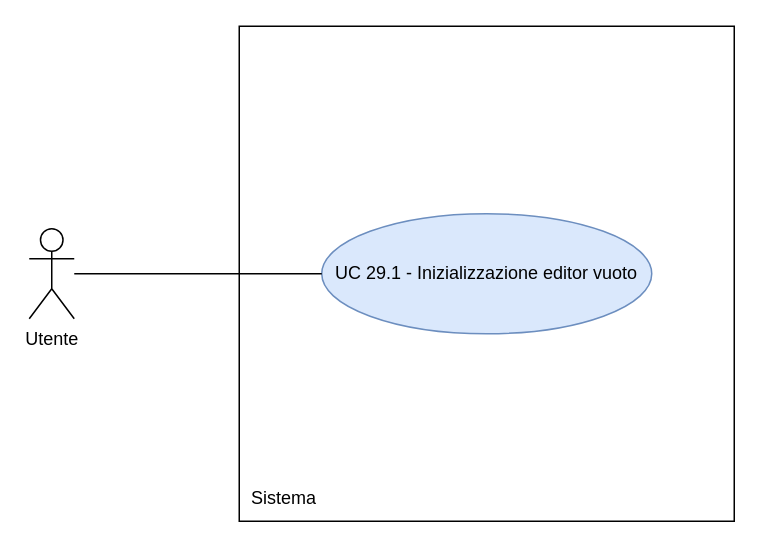
Before: RTB/doc_esterna/analisi-dei-requisiti/assets/draw.io/UC29.1.drawio in thebitless-group-swe/thebitless.github.io, a draw.io diagram. Source tidied: cells renumbered, new cells numbered last; positions are measured from the earlier drawing's top-left corner, leaving out a move shared by most shapes. Both pictures are drawn from the tidied source at 150%, with x=0, y=0 at pixel (28, 26).
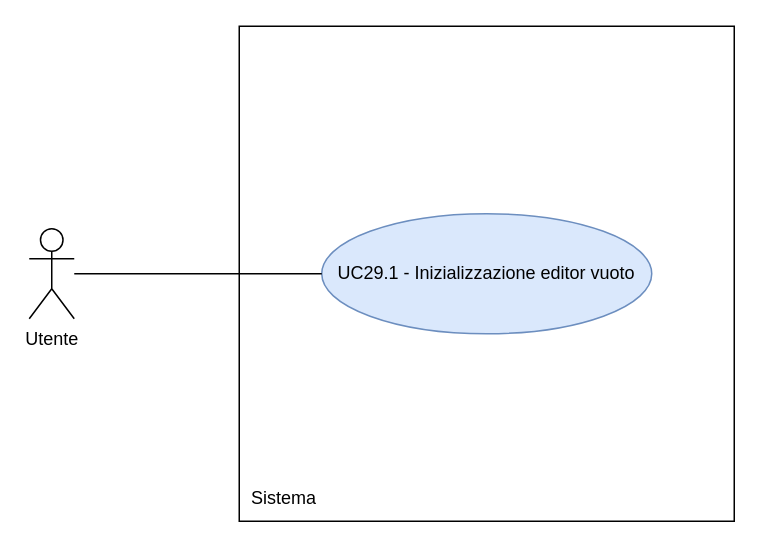
The same diagram, later.

The edit, as a diff of the source:
```diff
@@
 <mxGraphModel>
   <root>
     <mxCell id="0" />
     <mxCell id="1" parent="0" />
     <mxCell id="2" value="Utente" style="shape=umlActor;verticalLabelPosition=bottom;verticalAlign=top;html=1;outlineConnect=0;" parent="1" vertex="1">
       <mxGeometry y="135" width="30" height="60" as="geometry" />
     </mxCell>
     <mxCell id="3" style="whiteSpace=wrap;html=1;" parent="1" vertex="1">
       <mxGeometry x="140" width="330" height="330" as="geometry" />
     </mxCell>
     <mxCell id="4" value="Sistema" style="text;html=1;whiteSpace=wrap;strokeColor=none;fillColor=none;align=center;verticalAlign=middle;rounded=0;" parent="1" vertex="1">
       <mxGeometry x="140" y="300" width="60" height="30" as="geometry" />
     </mxCell>
-    <mxCell id="5" value="UC 29.1 - Inizializzazione editor vuoto" style="ellipse;whiteSpace=wrap;html=1;fillColor=#dae8fc;strokeColor=#6c8ebf;" parent="1" vertex="1">
+    <mxCell id="5" value="UC29.1 - Inizializzazione editor vuoto" style="ellipse;whiteSpace=wrap;html=1;fillColor=#dae8fc;strokeColor=#6c8ebf;" parent="1" vertex="1">
       <mxGeometry x="195" y="125" width="220" height="80" as="geometry" />
     </mxCell>
     <mxCell id="6" style="edgeStyle=none;rounded=0;jettySize=auto;html=1;endArrow=none;endFill=0;" parent="1" edge="1" source="2" target="5">
       <mxGeometry relative="1" as="geometry" />
     </mxCell>
   </root>
 </mxGraphModel>
```
